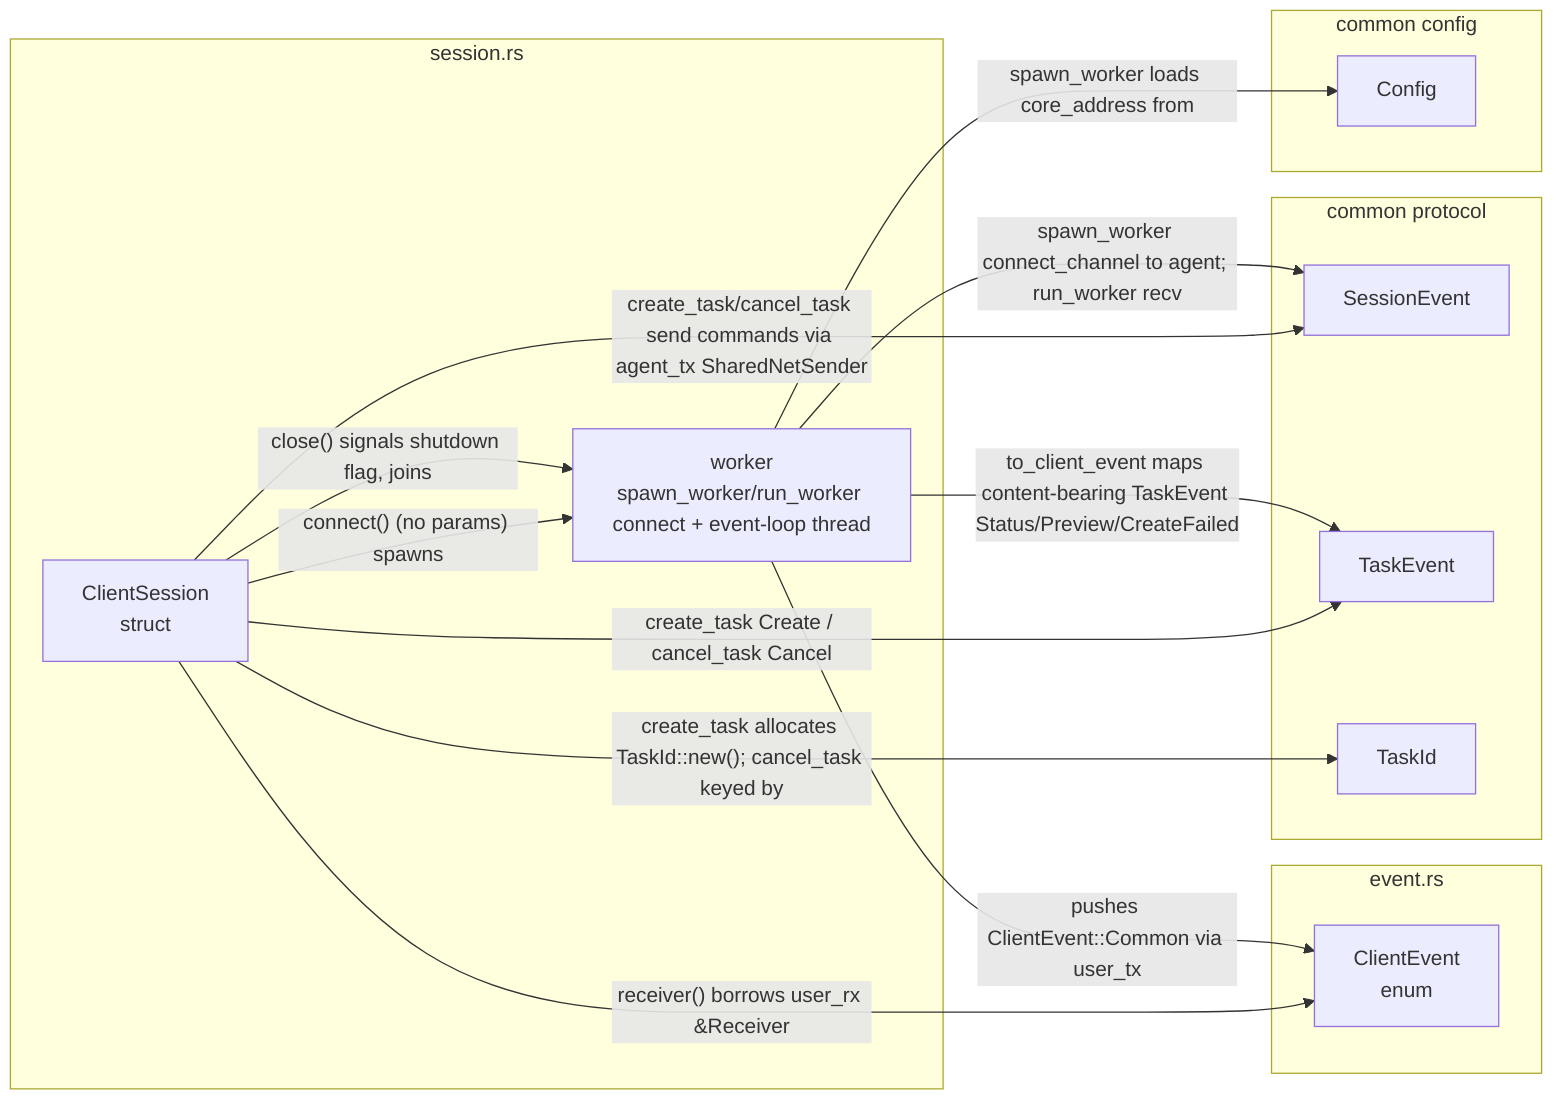
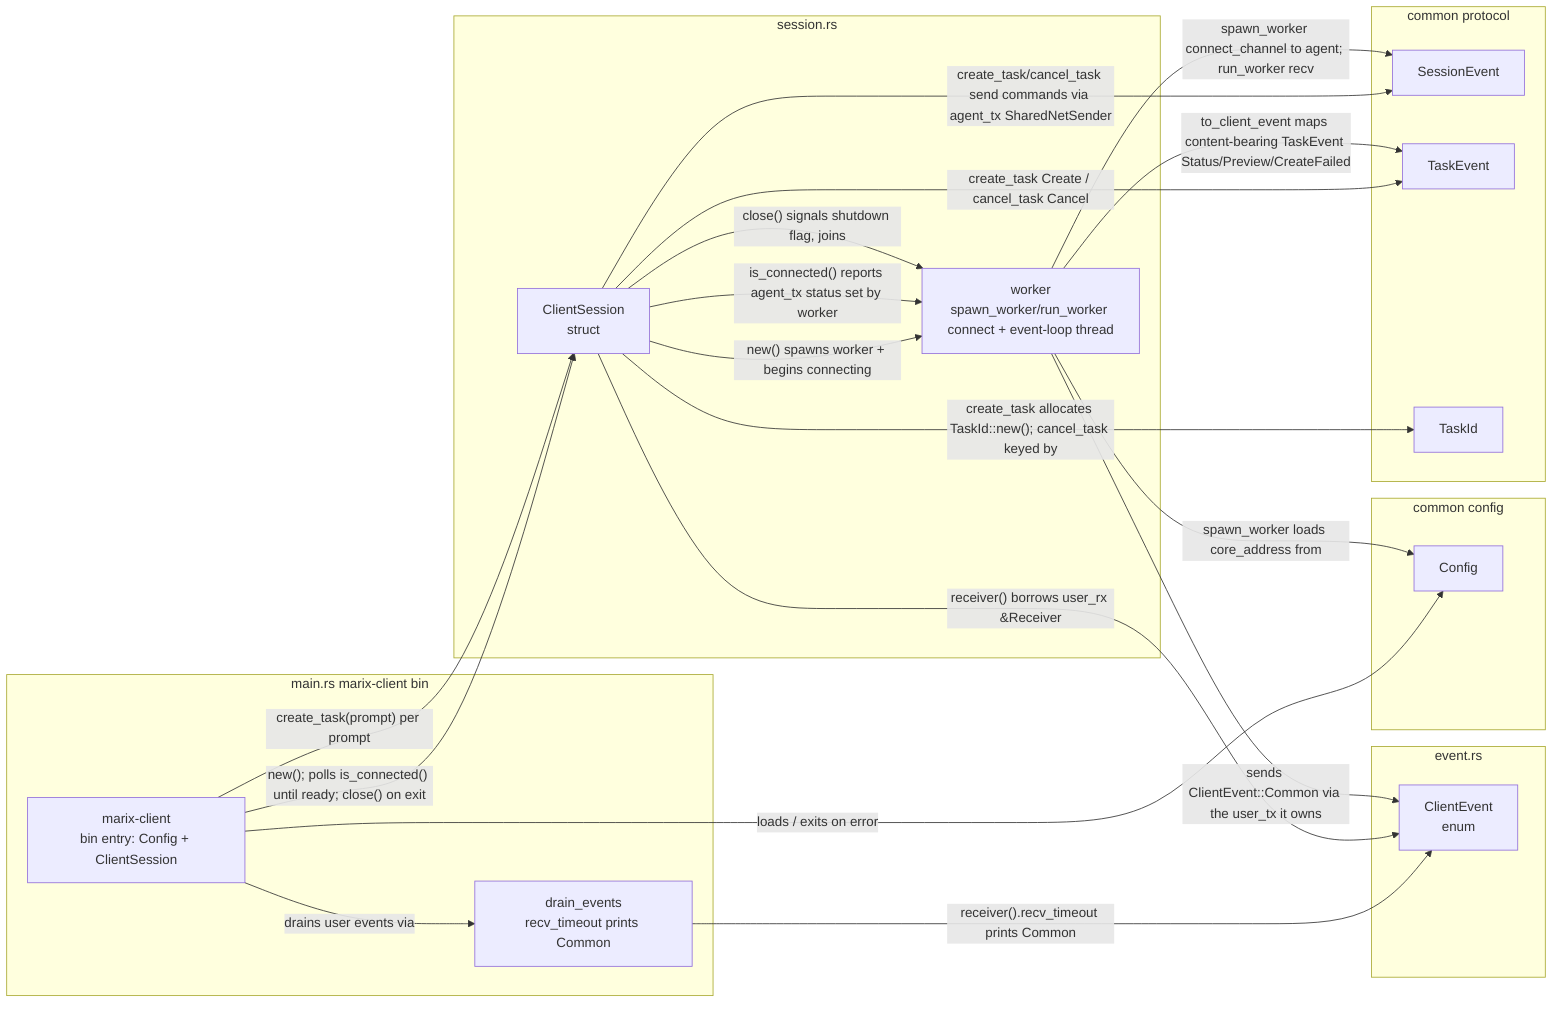
flowchart LR
-   %% lib.rs re-exports ClientSession and ClientEvent. ClientSession is implemented, a self-connecting client mirroring HostSession's worker + shutdown model: new() builds the user ClientEvent channel and an empty SharedNetSender; connect() (no params) spawns the worker via spawn_worker; the worker loads config.client.core_address, connect_channels to the agent (retrying), stores the NetSender into the shared agent_tx, and run_worker block_on's a current-thread tokio runtime that translates inbound SessionEvents into ClientEvents via to_client_event (content-bearing task events only); create_task/cancel_task send task commands through agent_tx; receiver() borrows user_rx; close() signals the shutdown flag and joins the worker.
+   %% lib.rs re-exports ClientSession and ClientEvent. ClientSession is implemented, a self-connecting client mirroring HostSession's worker + shutdown model: new() builds the user ClientEvent channel and an empty SharedNetSender, then spawns the worker (moving user_tx into it) and begins connecting immediately; is_connected() reports whether the worker has stored the shared agent_tx NetSender yet; the worker loads config.client.core_address, connect_channels to the agent (retrying), stores the NetSender into the shared agent_tx, and run_worker block_on's a current-thread tokio runtime that translates inbound SessionEvents into ClientEvents via to_client_event (content-bearing task events only); create_task/cancel_task send task commands through agent_tx; receiver() borrows user_rx; close() signals the shutdown flag and joins the worker.
+   %% main.rs is the marix-client binary entry that loads Config, constructs a ClientSession and waits via is_connected() (bounded loop) until it is ready, runs one-shot or interactive prompts, and drains ClientEvent::Common messages until idle.
+   subgraph main_rs[main.rs marix-client bin]
+     MarixClientBin["marix-client\nbin entry: Config + ClientSession"]
+     DrainEvents["drain_events\nrecv_timeout prints Common"]
+   end
+ 
  subgraph event_rs[event.rs]
    ClientEvent["ClientEvent\nenum"]
  end

  subgraph session_rs[session.rs]
    ClientSession["ClientSession\nstruct"]
    Worker["worker\nspawn_worker/run_worker connect + event-loop thread"]
  end

  subgraph common_protocol[common protocol]
    SessionEvent["SessionEvent"]
    TaskEvent["TaskEvent"]
    TaskId["TaskId"]
  end

  subgraph common_config[common config]
    Config["Config"]
  end

-   ClientSession -->|"connect() (no params) spawns"| Worker
+   MarixClientBin -->|"loads / exits on error"| Config
+   MarixClientBin -->|"new(); polls is_connected() until ready; close() on exit"| ClientSession
+   MarixClientBin -->|"create_task(prompt) per prompt"| ClientSession
+   MarixClientBin -->|"drains user events via"| DrainEvents
+   DrainEvents -->|"receiver().recv_timeout prints Common"| ClientEvent
+   ClientSession -->|"new() spawns worker + begins connecting"| Worker
+   ClientSession -->|"is_connected() reports agent_tx status set by worker"| Worker
  ClientSession -->|"create_task/cancel_task send commands via agent_tx SharedNetSender<SessionEvent>"| SessionEvent
  ClientSession -->|"create_task Create / cancel_task Cancel"| TaskEvent
  ClientSession -->|"create_task allocates TaskId::new(); cancel_task keyed by"| TaskId
  ClientSession -->|"receiver() borrows user_rx &Receiver<ClientEvent>"| ClientEvent
  ClientSession -->|"close() signals shutdown flag, joins"| Worker
  Worker -->|"spawn_worker loads core_address from"| Config
  Worker -->|"spawn_worker connect_channel to agent; run_worker recv"| SessionEvent
  Worker -->|"to_client_event maps content-bearing TaskEvent Status/Preview/CreateFailed"| TaskEvent
-   Worker -->|"pushes ClientEvent::Common via user_tx"| ClientEvent
+   Worker -->|"sends ClientEvent::Common via the user_tx it owns"| ClientEvent
